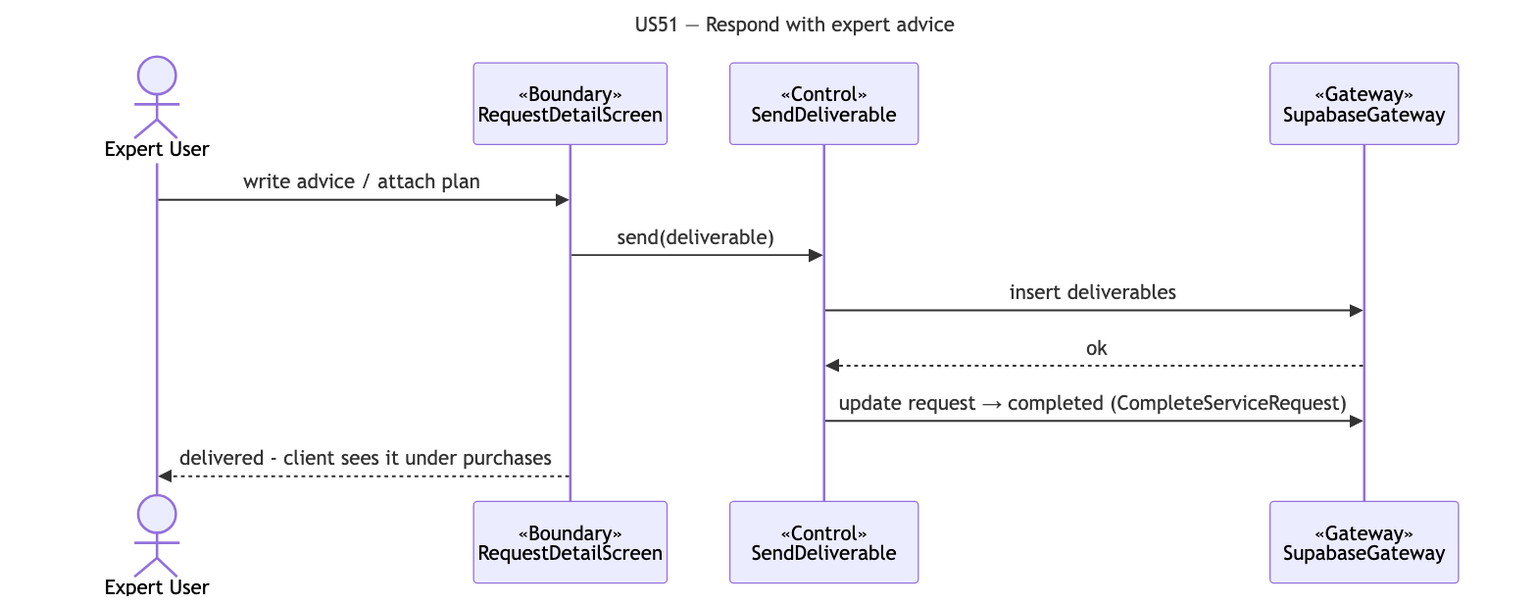
cyuanjun/FYP-26-S2-37-app keeps this Mermaid diagram as docs/deliverables/sequence-diagrams/US51-respond-advice.png. Above is the earlier version. Its source is kept beside it as docs/deliverables/sequence-diagrams/src/US51-respond-advice.mmd. Source of this version:
```mermaid
---
title: "US51 — Respond with expert advice"
---
sequenceDiagram
  actor A as Expert User
  participant B as «Boundary»<br/>RequestDetailScreen
  participant C as «Control»<br/>SendDeliverable
  participant G as «Gateway»<br/>SupabaseGateway
  A->>B: write advice / attach plan
  B->>C: send(deliverable)
  C->>G: insert deliverables
  G-->>C: ok
  C->>G: update request → completed (CompleteServiceRequest)
  B-->>A: delivered - client sees it under purchases
```
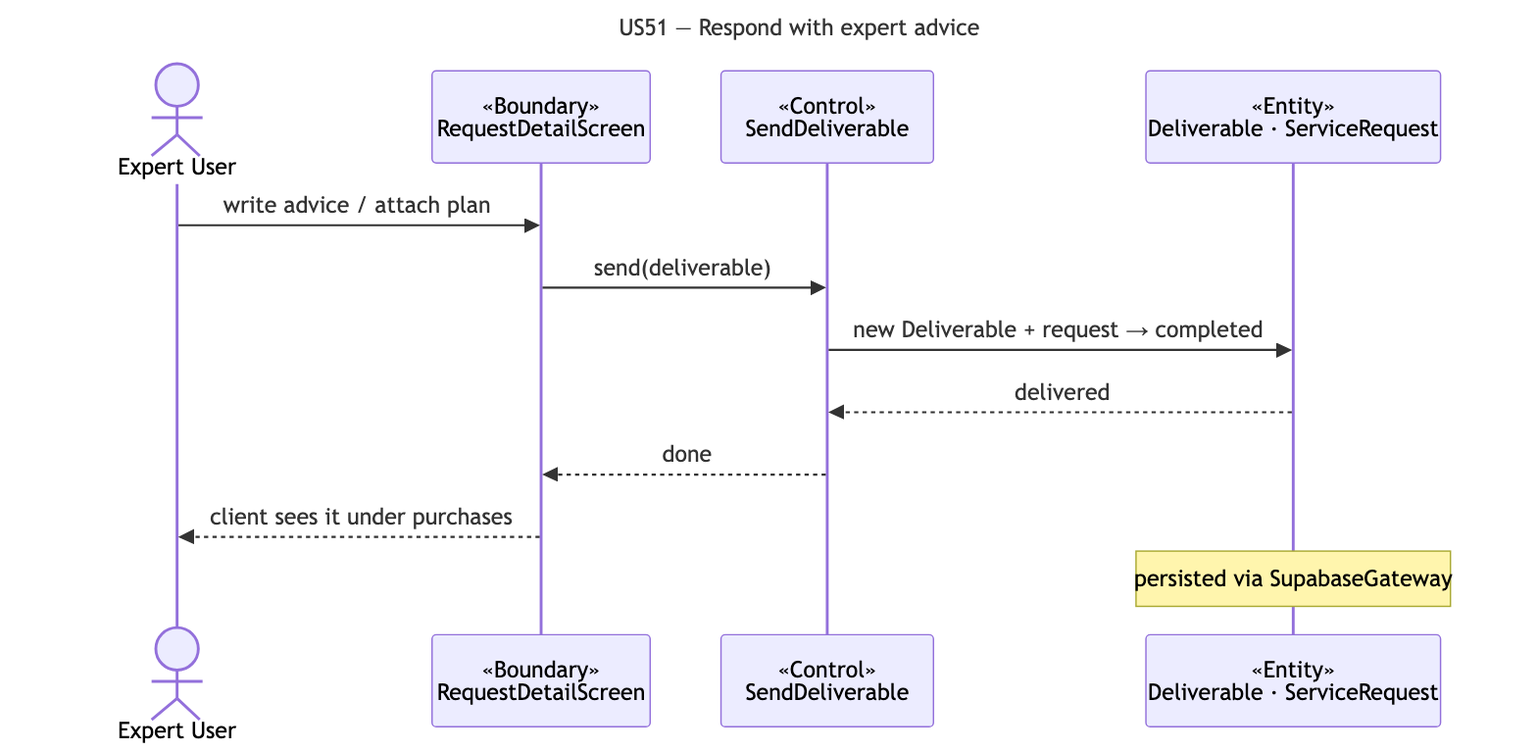
Above is the later version.

The edit, as a diff of the source:
```diff
@@ -5,10 +5,11 @@
   actor A as Expert User
   participant B as «Boundary»<br/>RequestDetailScreen
   participant C as «Control»<br/>SendDeliverable
-  participant G as «Gateway»<br/>SupabaseGateway
+  participant E as «Entity»<br/>Deliverable · ServiceRequest
   A->>B: write advice / attach plan
   B->>C: send(deliverable)
-  C->>G: insert deliverables
-  G-->>C: ok
-  C->>G: update request → completed (CompleteServiceRequest)
-  B-->>A: delivered - client sees it under purchases
+  C->>E: new Deliverable + request → completed
+  E-->>C: delivered
+  C-->>B: done
+  B-->>A: client sees it under purchases
+  note over E: persisted via SupabaseGateway
```
